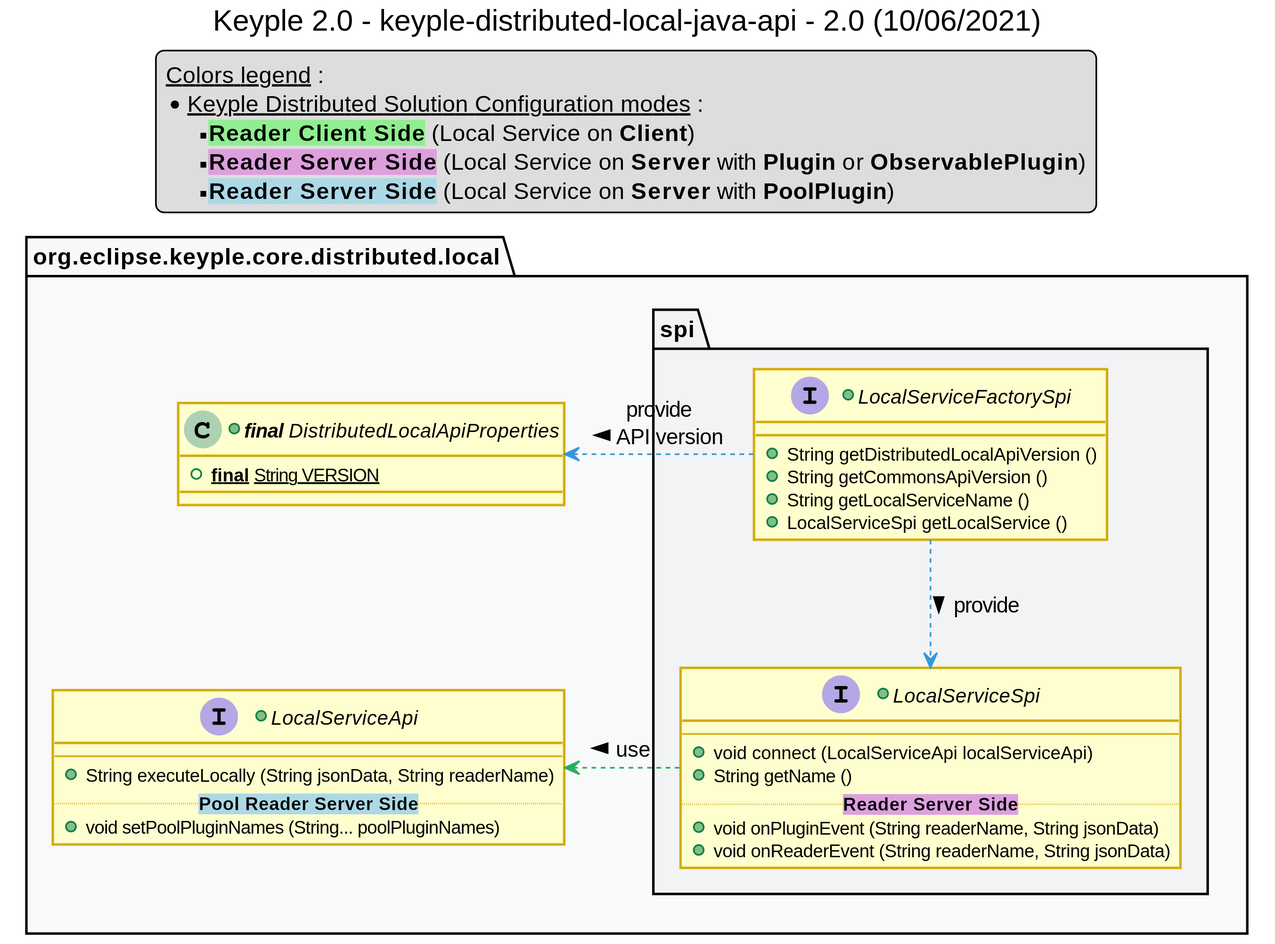
Before: uml/class-diagram/api/keyple_2_0_class_distributed_local_api.svg, a diagram exported from PlantUML (calypsonet/keyple_2_0).
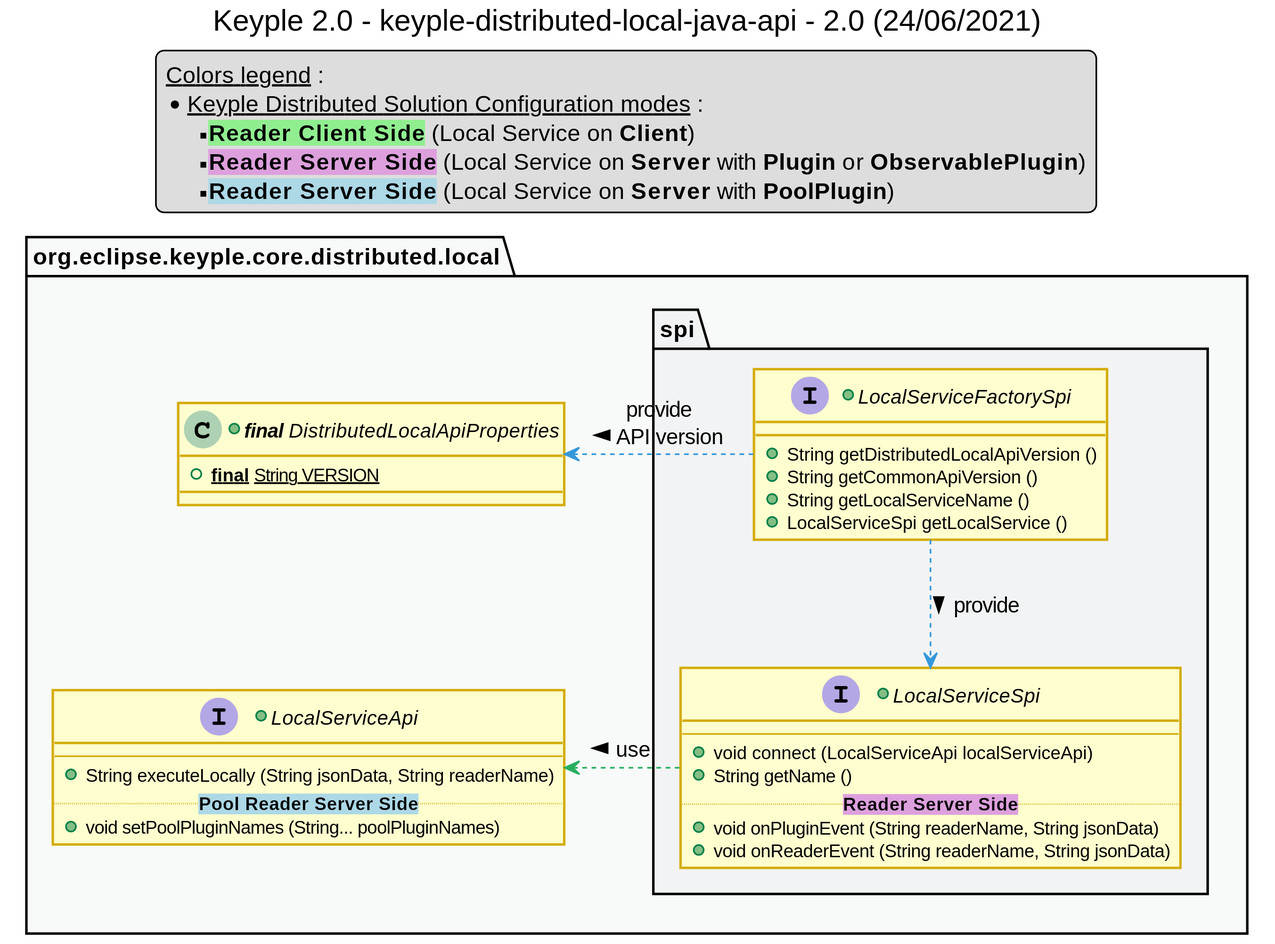
The same file after the commit.

The edit, as a diff of the source:
```diff
@@ -1,6 +1,6 @@
 @startuml
 title
-    Keyple 2.0 - keyple-distributed-local-java-api - 2.0 (10/06/2021)
+    Keyple 2.0 - keyple-distributed-local-java-api - 2.0 (24/06/2021)
 end title
 
 
@@ -58,7 +58,7 @@
     package spi {
         +interface LocalServiceFactorySpi {
             +String getDistributedLocalApiVersion ()
-            +String getCommonsApiVersion ()
+            +String getCommonApiVersion ()
             +String getLocalServiceName ()
             +LocalServiceSpi getLocalService ()
         }
```
